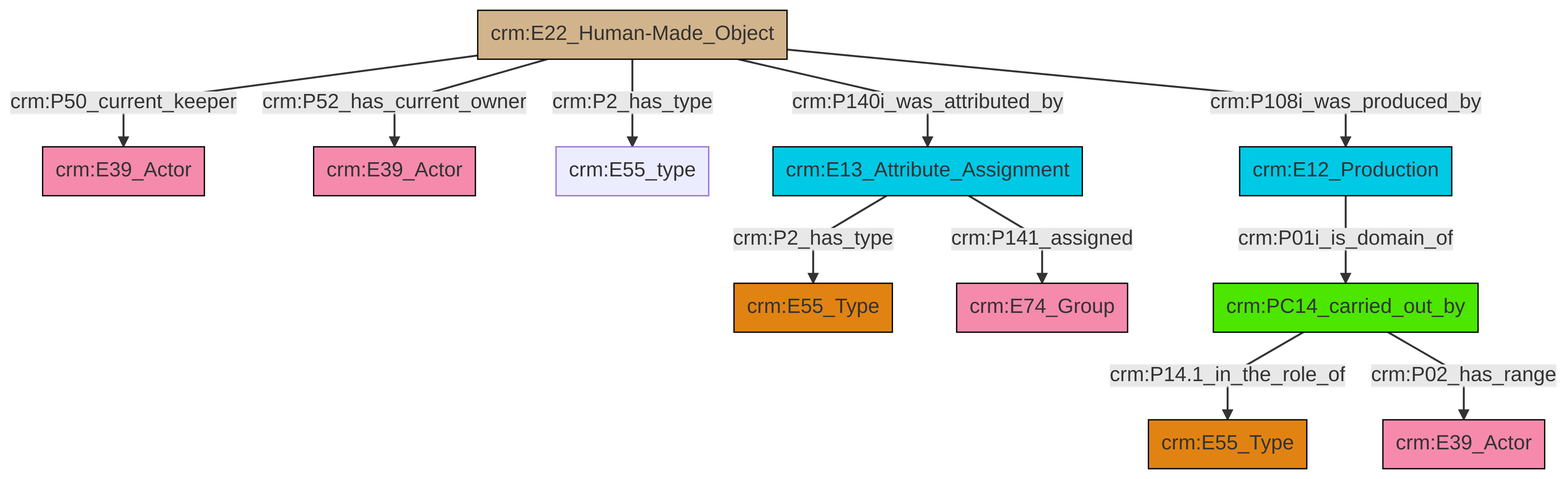
The Mermaid diagram et/artworkCSV/ttl/mmd/png/Artwork_Actor_Relations.png in swiss-art-research-net/docs.swissartresearch, before a commit. Its source is kept beside it as et/artworkCSV/ttl/mmd/Artwork_Actor_Relations.ttl.mmd.
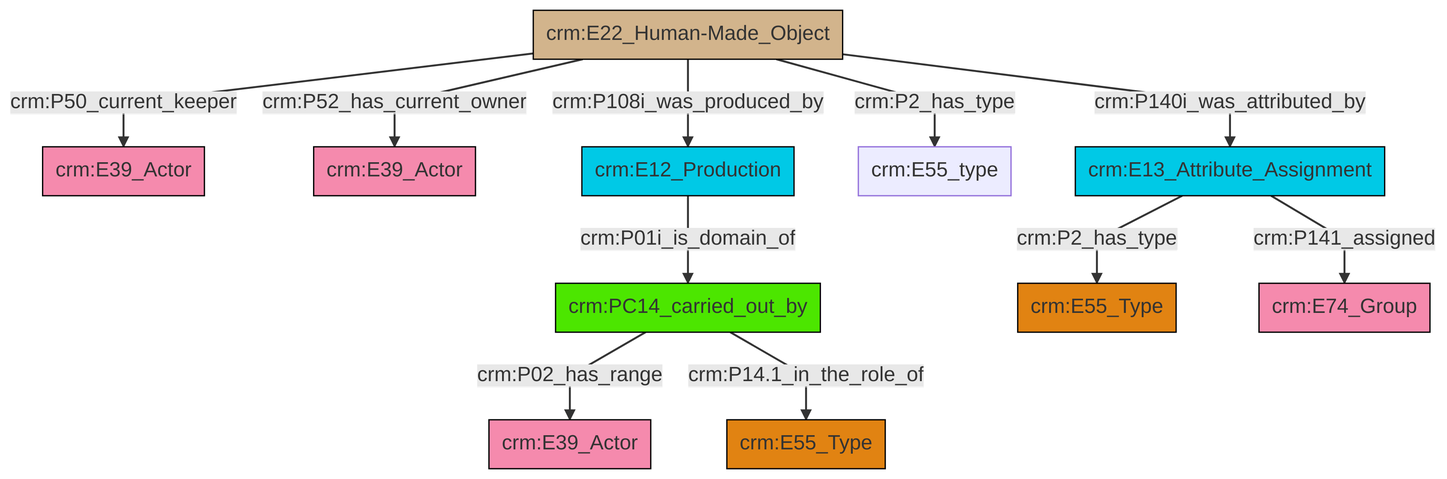
The same file after the commit.

The edit, as a diff of the source:
```diff
@@ -13,13 +13,13 @@
 classDef PC_Classes fill:#4ce600, stroke:#000000;
 classDef Multi fill:#cccccc,stroke:#000000;
 
-0["crm:E13_Attribute_Assignment"]:::Temporal_Entity -->|crm:P2_has_type| 1["crm:E55_Type"]:::Type
-8["crm:E22_Human-Made_Object"]:::Physical_Thing -->|crm:P50_current_keeper| 10["crm:E39_Actor"]:::Actor
-8["crm:E22_Human-Made_Object"]:::Physical_Thing -->|crm:P52_has_current_owner| 11["crm:E39_Actor"]:::Actor
-12["crm:PC14_carried_out_by"]:::PC_Classes -->|crm:P14.1_in_the_role_of| 13["crm:E55_Type"]:::Type
-8["crm:E22_Human-Made_Object"]:::Physical_Thing -->|crm:P2_has_type| 6["crm:E55_type"]:::Default
-8["crm:E22_Human-Made_Object"]:::Physical_Thing -->|crm:P140i_was_attributed_by| 0["crm:E13_Attribute_Assignment"]:::Temporal_Entity
-8["crm:E22_Human-Made_Object"]:::Physical_Thing -->|crm:P108i_was_produced_by| 3["crm:E12_Production"]:::Temporal_Entity
-0["crm:E13_Attribute_Assignment"]:::Temporal_Entity -->|crm:P141_assigned| 18["crm:E74_Group"]:::Actor
-3["crm:E12_Production"]:::Temporal_Entity -->|crm:P01i_is_domain_of| 12["crm:PC14_carried_out_by"]:::PC_Classes
-12["crm:PC14_carried_out_by"]:::PC_Classes -->|crm:P02_has_range| 16["crm:E39_Actor"]:::Actor
+4["crm:E22_Human-Made_Object"]:::Physical_Thing -->|crm:P52_has_current_owner| 5["crm:E39_Actor"]:::Actor
+2["crm:PC14_carried_out_by"]:::PC_Classes -->|crm:P02_has_range| 6["crm:E39_Actor"]:::Actor
+10["crm:E13_Attribute_Assignment"]:::Temporal_Entity -->|crm:P2_has_type| 7["crm:E55_Type"]:::Type
+4["crm:E22_Human-Made_Object"]:::Physical_Thing -->|crm:P2_has_type| 11["crm:E55_type"]:::Default
+4["crm:E22_Human-Made_Object"]:::Physical_Thing -->|crm:P50_current_keeper| 0["crm:E39_Actor"]:::Actor
+10["crm:E13_Attribute_Assignment"]:::Temporal_Entity -->|crm:P141_assigned| 15["crm:E74_Group"]:::Actor
+2["crm:PC14_carried_out_by"]:::PC_Classes -->|crm:P14.1_in_the_role_of| 20["crm:E55_Type"]:::Type
+4["crm:E22_Human-Made_Object"]:::Physical_Thing -->|crm:P108i_was_produced_by| 18["crm:E12_Production"]:::Temporal_Entity
+18["crm:E12_Production"]:::Temporal_Entity -->|crm:P01i_is_domain_of| 2["crm:PC14_carried_out_by"]:::PC_Classes
+4["crm:E22_Human-Made_Object"]:::Physical_Thing -->|crm:P140i_was_attributed_by| 10["crm:E13_Attribute_Assignment"]:::Temporal_Entity
```
